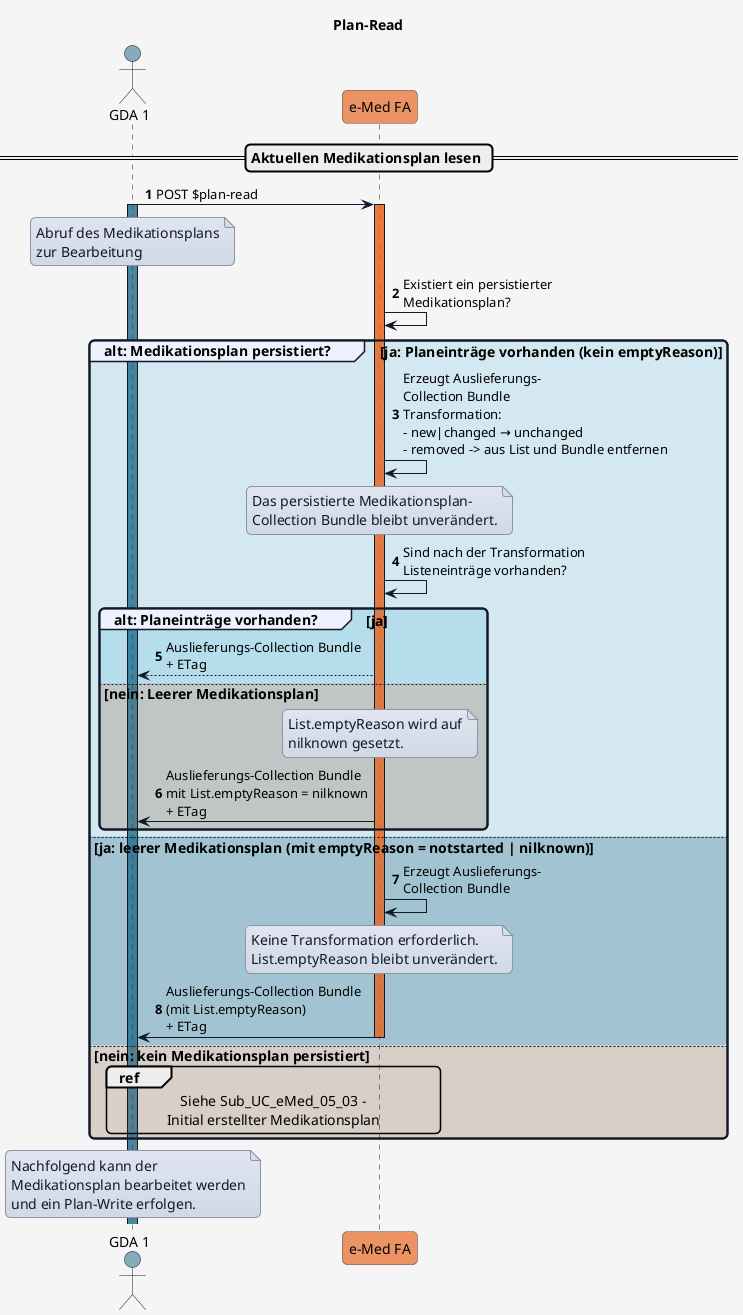
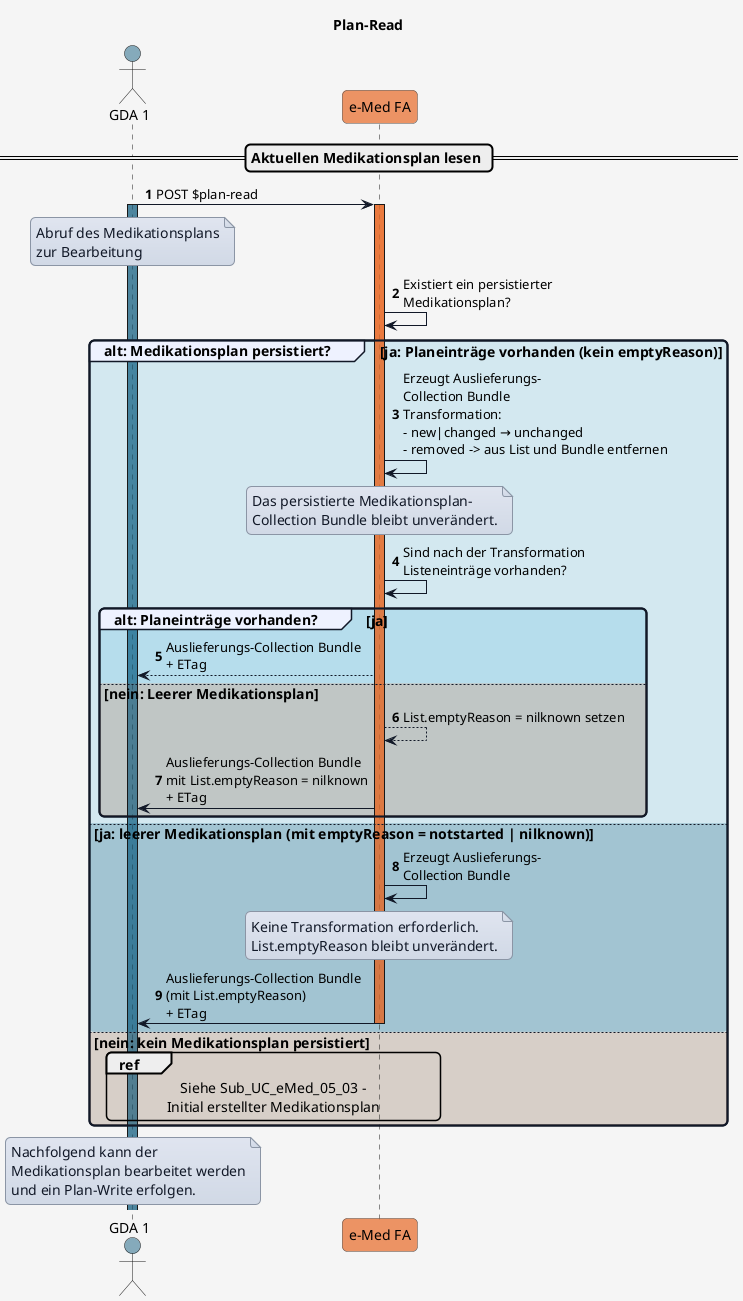
@startuml
title Plan-Read

'skinparam actorStyle awesome

skinparam borderColor #000000
skinparam backgroundColor #f5f5f5
skinparam shadowing false
skinparam roundCorner 10
skinparam defaultFontName "Arial"
skinparam defaultFontSize 14
skinparam defaultFontColor #000000
skinparam HyperlinkColor #0000EE
skinparam HyperlinkUnderline false
skinparam BoxPadding 20
skinparam BoxBorderColor #555555

skinparam note {
  BackgroundColor #e0e5f0-#d1d9e6
  BorderColor #8b95a5
  BorderThickness 1
  RoundCorner 0
  Padding 6
  FontColor #111827
  Shadowing false
}

skinparam sequence {
  ParticipantBorderColor #555555
  ParticipantBackgroundColor #ffffff
  ParticipantFontColor #000000
  ParticipantFontSize 14
  ParticipantPadding 20
  ArrowColor #111827
  ArrowThickness 1
  ArrowFontColor #000000
  ArrowFontSize 13
  GroupBorderColor #111827
  GroupBackgroundColor #eef2ff
  GroupBorderThickness 2
}

!define COLOR_GDA_1    #15608280
!define COLOR_GDA_2    #96607D80
!define COLOR_PATIENT  #196B2480
!define COLOR_APO      #0F9ED590
!define COLOR_EMED_FA  #e97232bd
!define COLOR_E_REZEPT #cd3732a9

!define COLOR_OK       #0F9ED525
!define COLOR_OK_2     #34738d4e
!define COLOR_ERROR    #E9713235

actor GDA_1 as "GDA 1" COLOR_GDA_1
participant eMed_FA as "e-Med FA" COLOR_EMED_FA


autonumber

== Aktuellen Medikationsplan lesen ==

GDA_1 -> eMed_FA: POST $plan-read
activate GDA_1 COLOR_GDA_1

note over GDA_1
Abruf des Medikationsplans
zur Bearbeitung
end note

activate eMed_FA COLOR_EMED_FA
eMed_FA -> eMed_FA: Existiert ein persistierter\nMedikationsplan?

group COLOR_OK alt: Medikationsplan persistiert? [ja: Planeinträge vorhanden (kein emptyReason)]
  eMed_FA -> eMed_FA: Erzeugt Auslieferungs-\nCollection Bundle\nTransformation:\n- new|changed → unchanged\n- removed -> aus List und Bundle entfernen
  note over eMed_FA
  Das persistierte Medikationsplan-
  Collection Bundle bleibt unverändert.
  end note
  eMed_FA -> eMed_FA: Sind nach der Transformation\nListeneinträge vorhanden?

  group COLOR_OK alt: Planeinträge vorhanden? [ja]
    eMed_FA --> GDA_1: Auslieferungs-Collection Bundle\n+ ETag

  else COLOR_ERROR nein: Leerer Medikationsplan
-     note over eMed_FA
-     List.emptyReason wird auf
-     nilknown gesetzt.
-     end note
+ 
+     eMed_FA --> eMed_FA: List.emptyReason = nilknown setzen
    eMed_FA -> GDA_1: Auslieferungs-Collection Bundle\nmit List.emptyReason = nilknown\n+ ETag

  end

else COLOR_OK_2 ja: leerer Medikationsplan (mit emptyReason = notstarted | nilknown)

  eMed_FA -> eMed_FA: Erzeugt Auslieferungs-\nCollection Bundle
  note over eMed_FA
  Keine Transformation erforderlich.
  List.emptyReason bleibt unverändert.
  end note
  eMed_FA -> GDA_1: Auslieferungs-Collection Bundle\n(mit List.emptyReason)\n+ ETag


else COLOR_ERROR nein: kein Medikationsplan persistiert

  ref over GDA_1,eMed_FA
  Siehe Sub_UC_eMed_05_03 -
  Initial erstellter Medikationsplan
  end ref

  deactivate eMed_FA
end

note over GDA_1
Nachfolgend kann der
Medikationsplan bearbeitet werden
und ein Plan-Write erfolgen.
end note

@enduml